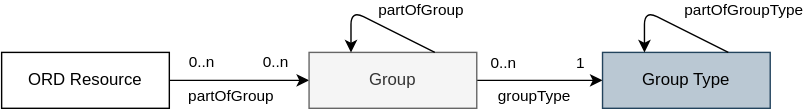
Before: static/img/group-concept-overview.drawio.svg, a diagram exported from draw.io (open-resource-discovery/specification). Source tidied: cells renumbered, new cells last; positions are measured from the earlier drawing's top-left corner, leaving out a move shared by most shapes.
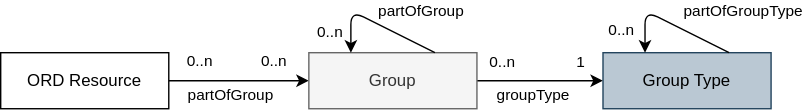
After the commit.

Commit message:
Add cardinality in diagram

Change to the diagram source:
```diff
@@ -59,7 +59,12 @@
         <mxPoint x="19" y="-10" as="offset" />
       </mxGeometry>
     </mxCell>
+    <mxCell id="17" value="0..n" style="edgeLabel;html=1;align=center;verticalAlign=middle;" parent="13" vertex="1">
+      <mxGeometry x="0.7" y="-2" relative="1" as="geometry">
+        <mxPoint x="-13" y="-1" as="offset" />
+      </mxGeometry>
+    </mxCell>
-    <mxCell id="15" style="edgeStyle=none;html=1;entryX=0.25;entryY=0;entryDx=0;entryDy=0;exitX=0.75;exitY=0;exitDx=0;exitDy=0;" parent="1" edge="1" source="12" target="12">
+    <mxCell id="15" style="edgeStyle=none;html=1;entryX=0.25;entryY=0;entryDx=0;entryDy=0;exitX=0.75;exitY=0;exitDx=0;exitDy=0;elbow=vertical;" parent="1" edge="1" source="12" target="12">
       <mxGeometry relative="1" as="geometry">
         <Array as="points">
           <mxPoint x="460" />
@@ -71,5 +76,10 @@
         <mxPoint x="53" y="-9" as="offset" />
       </mxGeometry>
     </mxCell>
+    <mxCell id="18" value="0..n" style="edgeLabel;html=1;align=center;verticalAlign=middle;" parent="15" vertex="1">
+      <mxGeometry x="0.63" y="-4" relative="1" as="geometry">
+        <mxPoint x="-13" y="2" as="offset" />
+      </mxGeometry>
+    </mxCell>
   </root>
 </mxGraphModel>
```
